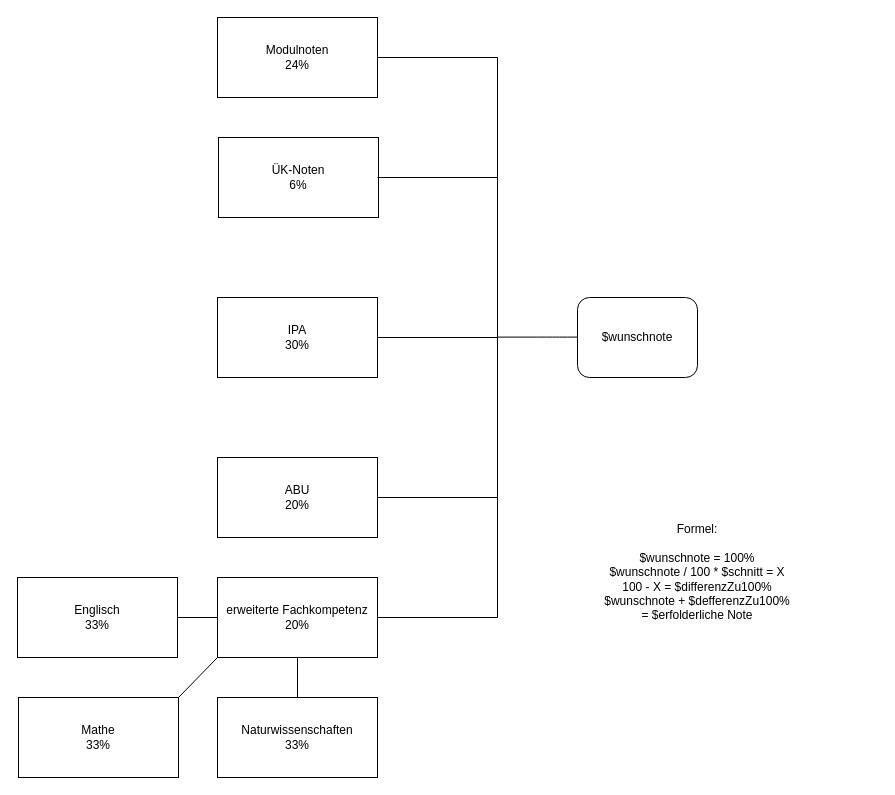
Above: 01_Dokumente/gewichtung.drawio in nikolaischunk/qv_calvulator (draw.io), before the change. Source tidied: cells renumbered, new cells numbered last; positions are measured from the earlier drawing's top-left corner, leaving out a move shared by most shapes. Both pictures are drawn from the tidied source at 100%, with x=0, y=0 at pixel (17, 17).
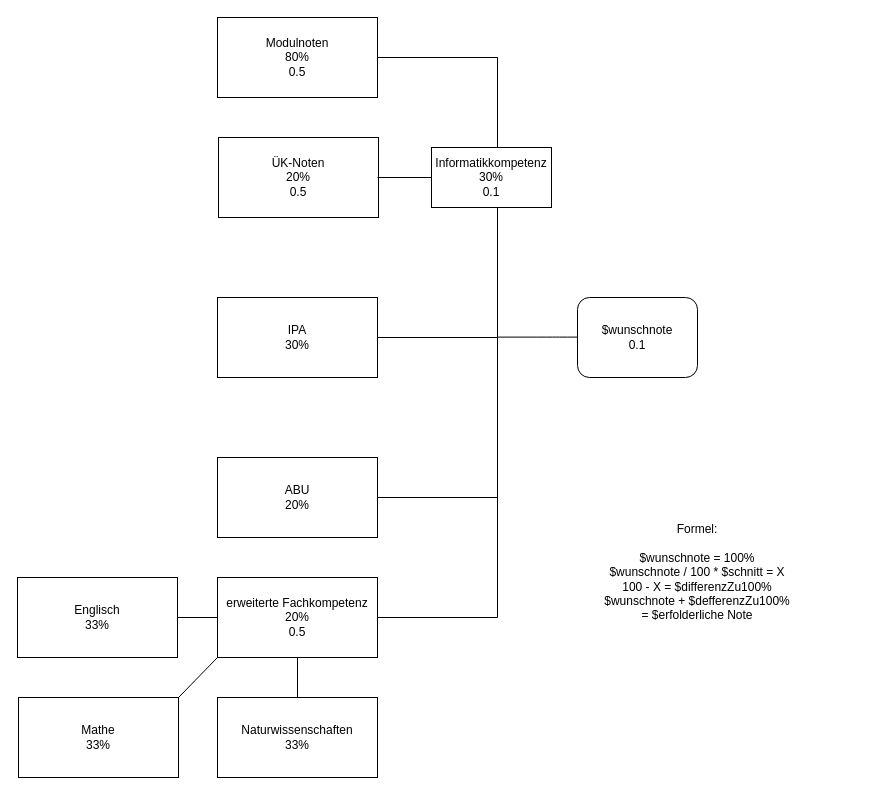
After the change.

Change to the diagram source:
```diff
@@
-    <mxCell id="2" value="&lt;div&gt;Modulnoten&lt;/div&gt;24%" style="rounded=0;whiteSpace=wrap;html=1;" parent="1" vertex="1">
+    <mxCell id="2" value="&lt;div&gt;Modulnoten&lt;/div&gt;80%&lt;br&gt;0.5" style="rounded=0;whiteSpace=wrap;html=1;" parent="1" vertex="1">
       <mxGeometry x="200" width="160" height="80" as="geometry" />
     </mxCell>
-    <mxCell id="3" value="ÜK-Noten&lt;br&gt;6%" style="rounded=0;whiteSpace=wrap;html=1;" parent="1" vertex="1">
+    <mxCell id="3" value="ÜK-Noten&lt;br&gt;20%&lt;br&gt;0.5" style="rounded=0;whiteSpace=wrap;html=1;" parent="1" vertex="1">
       <mxGeometry x="201" y="120" width="160" height="80" as="geometry" />
     </mxCell>
@@
-    <mxCell id="6" value="&lt;div&gt;erweiterte Fachkompetenz&lt;/div&gt;20%" style="rounded=0;whiteSpace=wrap;html=1;" parent="1" vertex="1">
+    <mxCell id="6" value="&lt;div&gt;erweiterte Fachkompetenz&lt;/div&gt;20%&lt;br&gt;0.5" style="rounded=0;whiteSpace=wrap;html=1;" parent="1" vertex="1">
       <mxGeometry x="200" y="560" width="160" height="80" as="geometry" />
     </mxCell>
@@
-    <mxCell id="15" value="$wunschnote" style="rounded=1;whiteSpace=wrap;html=1;" parent="1" vertex="1">
+    <mxCell id="15" value="$wunschnote&lt;br&gt;0.1" style="rounded=1;whiteSpace=wrap;html=1;" parent="1" vertex="1">
       <mxGeometry x="560" y="280" width="120" height="80" as="geometry" />
     </mxCell>
@@
+    <mxCell id="23" value="&lt;div&gt;Informatikkompetenz&lt;/div&gt;&lt;div&gt;30%&lt;br&gt;0.1&lt;br&gt;&lt;/div&gt;" style="rounded=0;whiteSpace=wrap;html=1;" parent="1" vertex="1">
+      <mxGeometry x="414" y="130" width="120" height="60" as="geometry" />
+    </mxCell>
```
